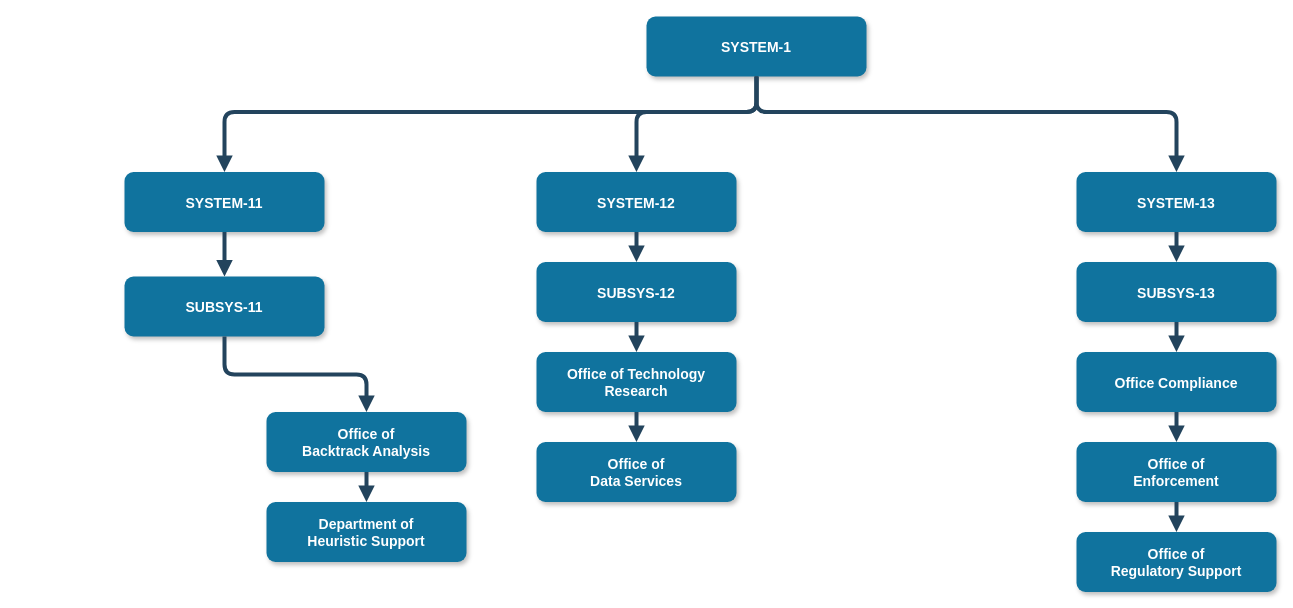
Earlier version of the draw.io diagram Untitled Diagram.drawio (alaindelanay/drawings). Source tidied: cells renumbered, new cells numbered last; positions are measured from the earlier drawing's top-left corner, leaving out a move shared by most shapes. Both pictures are drawn from the tidied source at 100%, with x=0, y=0 at pixel (124, 16).
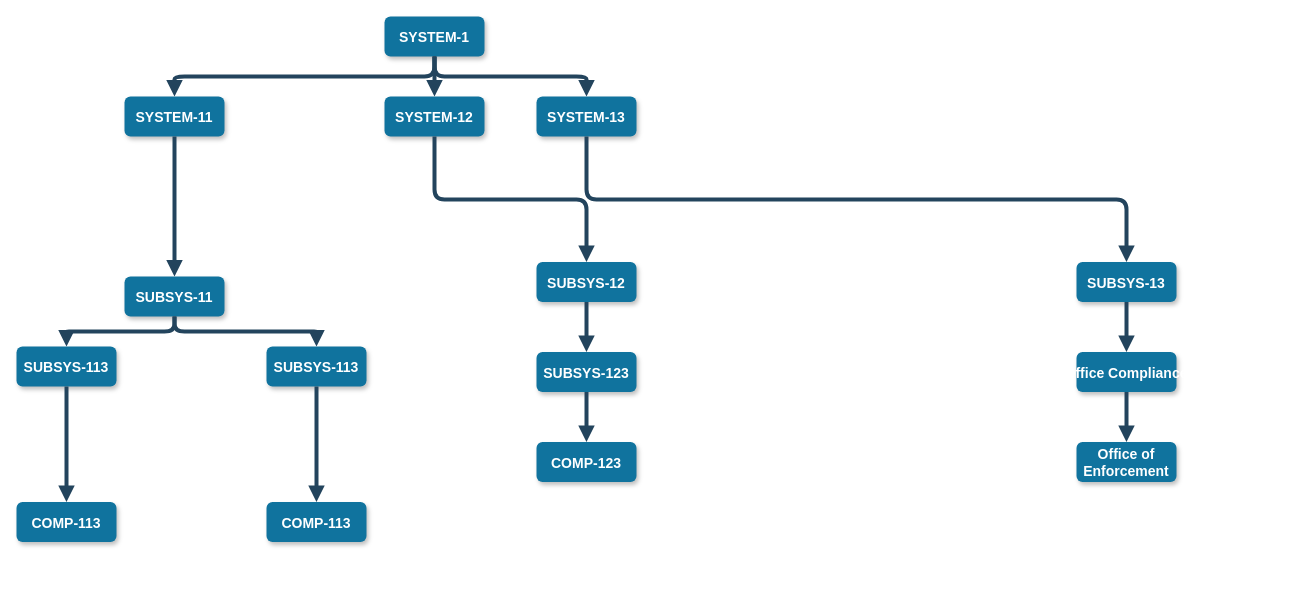
After the change.

What changed in the source:
```diff
@@
     <mxCell id="2" value="SYSTEM-1" style="rounded=1;fillColor=#10739E;strokeColor=none;shadow=1;gradientColor=none;fontStyle=1;fontColor=#FFFFFF;fontSize=14;" parent="1" vertex="1">
-      <mxGeometry x="522" width="220" height="60" as="geometry" />
+      <mxGeometry x="260" width="100" height="40" as="geometry" />
     </mxCell>
     <mxCell id="3" value="SYSTEM-11" style="rounded=1;fillColor=#10739E;strokeColor=none;shadow=1;gradientColor=none;fontStyle=1;fontColor=#FFFFFF;fontSize=14;" parent="1" vertex="1">
-      <mxGeometry y="155.5" width="200" height="60" as="geometry" />
+      <mxGeometry y="80" width="100" height="40" as="geometry" />
     </mxCell>
     <mxCell id="4" value="SUBSYS-11" style="rounded=1;fillColor=#10739E;strokeColor=none;shadow=1;gradientColor=none;fontStyle=1;fontColor=#FFFFFF;fontSize=14;" parent="1" vertex="1">
-      <mxGeometry y="260" width="200" height="60" as="geometry" />
+      <mxGeometry y="260" width="100" height="40" as="geometry" />
     </mxCell>
-    <mxCell id="5" value="Office of &#10;Backtrack Analysis" style="rounded=1;fillColor=#10739E;strokeColor=none;shadow=1;gradientColor=none;fontStyle=1;fontColor=#FFFFFF;fontSize=14;" parent="1" vertex="1">
-      <mxGeometry x="142" y="395.5" width="200" height="60" as="geometry" />
+    <mxCell id="5" value="SUBSYS-113" style="rounded=1;fillColor=#10739E;strokeColor=none;shadow=1;gradientColor=none;fontStyle=1;fontColor=#FFFFFF;fontSize=14;" parent="1" vertex="1">
+      <mxGeometry x="142" y="330" width="100" height="40" as="geometry" />
     </mxCell>
-    <mxCell id="6" value="Department of &#10;Heuristic Support" style="rounded=1;fillColor=#10739E;strokeColor=none;shadow=1;gradientColor=none;fontStyle=1;fontColor=#FFFFFF;fontSize=14;" parent="1" vertex="1">
-      <mxGeometry x="142" y="485.5" width="200" height="60" as="geometry" />
+    <mxCell id="6" value="COMP-113" style="rounded=1;fillColor=#10739E;strokeColor=none;shadow=1;gradientColor=none;fontStyle=1;fontColor=#FFFFFF;fontSize=14;" parent="1" vertex="1">
+      <mxGeometry x="142" y="485.5" width="100" height="40" as="geometry" />
     </mxCell>
     <mxCell id="7" value="SYSTEM-12" style="rounded=1;fillColor=#10739E;strokeColor=none;shadow=1;gradientColor=none;fontStyle=1;fontColor=#FFFFFF;fontSize=14;" parent="1" vertex="1">
-      <mxGeometry x="412" y="155.5" width="200" height="60" as="geometry" />
+      <mxGeometry x="260" y="80" width="100" height="40" as="geometry" />
     </mxCell>
     <mxCell id="8" value="SUBSYS-12" style="rounded=1;fillColor=#10739E;strokeColor=none;shadow=1;gradientColor=none;fontStyle=1;fontColor=#FFFFFF;fontSize=14;" parent="1" vertex="1">
-      <mxGeometry x="412" y="245.5" width="200" height="60" as="geometry" />
+      <mxGeometry x="412" y="245.5" width="100" height="40" as="geometry" />
     </mxCell>
-    <mxCell id="9" value="Office of Technology &#10;Research" style="rounded=1;fillColor=#10739E;strokeColor=none;shadow=1;gradientColor=none;fontStyle=1;fontColor=#FFFFFF;fontSize=14;" parent="1" vertex="1">
-      <mxGeometry x="412" y="335.5" width="200" height="60" as="geometry" />
+    <mxCell id="9" value="SUBSYS-123" style="rounded=1;fillColor=#10739E;strokeColor=none;shadow=1;gradientColor=none;fontStyle=1;fontColor=#FFFFFF;fontSize=14;" parent="1" vertex="1">
+      <mxGeometry x="412" y="335.5" width="100" height="40" as="geometry" />
     </mxCell>
-    <mxCell id="10" value="Office of&#10;Data Services" style="rounded=1;fillColor=#10739E;strokeColor=none;shadow=1;gradientColor=none;fontStyle=1;fontColor=#FFFFFF;fontSize=14;" parent="1" vertex="1">
-      <mxGeometry x="412" y="425.5" width="200" height="60" as="geometry" />
+    <mxCell id="10" value="COMP-123" style="rounded=1;fillColor=#10739E;strokeColor=none;shadow=1;gradientColor=none;fontStyle=1;fontColor=#FFFFFF;fontSize=14;" parent="1" vertex="1">
+      <mxGeometry x="412" y="425.5" width="100" height="40" as="geometry" />
     </mxCell>
     <mxCell id="11" value="SYSTEM-13" style="rounded=1;fillColor=#10739E;strokeColor=none;shadow=1;gradientColor=none;fontStyle=1;fontColor=#FFFFFF;fontSize=14;" parent="1" vertex="1">
-      <mxGeometry x="952" y="155.5" width="200" height="60" as="geometry" />
+      <mxGeometry x="412" y="80" width="100" height="40" as="geometry" />
     </mxCell>
     <mxCell id="12" value="SUBSYS-13" style="rounded=1;fillColor=#10739E;strokeColor=none;shadow=1;gradientColor=none;fontStyle=1;fontColor=#FFFFFF;fontSize=14;" parent="1" vertex="1">
-      <mxGeometry x="952" y="245.5" width="200" height="60" as="geometry" />
+      <mxGeometry x="952" y="245.5" width="100" height="40" as="geometry" />
     </mxCell>
     <mxCell id="13" value="Office Compliance" style="rounded=1;fillColor=#10739E;strokeColor=none;shadow=1;gradientColor=none;fontStyle=1;fontColor=#FFFFFF;fontSize=14;" parent="1" vertex="1">
-      <mxGeometry x="952" y="335.5" width="200" height="60" as="geometry" />
+      <mxGeometry x="952" y="335.5" width="100" height="40" as="geometry" />
     </mxCell>
     <mxCell id="14" value="Office of &#10;Enforcement" style="rounded=1;fillColor=#10739E;strokeColor=none;shadow=1;gradientColor=none;fontStyle=1;fontColor=#FFFFFF;fontSize=14;" parent="1" vertex="1">
-      <mxGeometry x="952" y="425.5" width="200" height="60" as="geometry" />
+      <mxGeometry x="952" y="425.5" width="100" height="40" as="geometry" />
     </mxCell>
-    <mxCell id="15" value="Office of&#10; Regulatory Support" style="rounded=1;fillColor=#10739E;strokeColor=none;shadow=1;gradientColor=none;fontStyle=1;fontColor=#FFFFFF;fontSize=14;" parent="1" vertex="1">
-      <mxGeometry x="952" y="515.5" width="200" height="60" as="geometry" />
-    </mxCell>
-    <mxCell id="16" style="edgeStyle=elbowEdgeStyle;elbow=vertical;strokeWidth=4;endArrow=block;endFill=1;fontStyle=1;strokeColor=#23445D;" parent="1" edge="1" source="2" target="3">
+    <mxCell id="16" style="edgeStyle=elbowEdgeStyle;elbow=vertical;strokeWidth=4;endArrow=block;endFill=1;fontStyle=1;strokeColor=#23445D;exitX=0.5;exitY=1;exitDx=0;exitDy=0;" parent="1" edge="1" source="2" target="3">
       <mxGeometry x="22" y="165.5" as="geometry">
         <Array as="points">
+          <mxPoint x="140" y="60" />
+          <mxPoint x="110" y="100" />
           <mxPoint x="412" y="95.5" />
         </Array>
       </mxGeometry>
     </mxCell>
-    <mxCell id="17" style="edgeStyle=elbowEdgeStyle;elbow=vertical;strokeWidth=4;endArrow=block;endFill=1;fontStyle=1;strokeColor=#23445D;" parent="1" edge="1" source="2" target="11">
+    <mxCell id="17" style="edgeStyle=elbowEdgeStyle;elbow=vertical;strokeWidth=4;endArrow=block;endFill=1;fontStyle=1;strokeColor=#23445D;exitX=0.5;exitY=1;exitDx=0;exitDy=0;entryX=0.5;entryY=0;entryDx=0;entryDy=0;" parent="1" edge="1" source="2" target="11">
       <mxGeometry x="22" y="165.5" as="geometry">
         <Array as="points">
-          <mxPoint x="832" y="95.5" />
+          <mxPoint x="300" y="60" />
         </Array>
       </mxGeometry>
     </mxCell>
@@
-    <mxCell id="27" style="edgeStyle=elbowEdgeStyle;elbow=vertical;strokeWidth=4;endArrow=block;endFill=1;fontStyle=1;strokeColor=#23445D;" parent="1" edge="1" source="14" target="15">
-      <mxGeometry x="72" y="195.5" as="geometry" />
-    </mxCell>
-    <mxCell id="28" style="edgeStyle=elbowEdgeStyle;elbow=vertical;strokeWidth=4;endArrow=block;endFill=1;fontStyle=1;strokeColor=#23445D;" parent="1" edge="1" source="2" target="7">
-      <mxGeometry x="22" y="165.5" as="geometry">
+    <mxCell id="28" style="edgeStyle=elbowEdgeStyle;elbow=vertical;strokeWidth=4;endArrow=block;endFill=1;fontStyle=1;strokeColor=#23445D;exitX=0.5;exitY=1;exitDx=0;exitDy=0;entryX=0.5;entryY=0;entryDx=0;entryDy=0;" parent="1" edge="1" source="2" target="7">
+      <mxGeometry x="112" y="165.5" as="geometry">
         <Array as="points">
-          <mxPoint x="512" y="95.5" />
+          <mxPoint x="310" y="60" />
         </Array>
       </mxGeometry>
     </mxCell>
+    <mxCell id="29" value="SUBSYS-113" style="rounded=1;fillColor=#10739E;strokeColor=none;shadow=1;gradientColor=none;fontStyle=1;fontColor=#FFFFFF;fontSize=14;" parent="1" vertex="1">
+      <mxGeometry x="-108" y="330" width="100" height="40" as="geometry" />
+    </mxCell>
+    <mxCell id="30" value="COMP-113" style="rounded=1;fillColor=#10739E;strokeColor=none;shadow=1;gradientColor=none;fontStyle=1;fontColor=#FFFFFF;fontSize=14;" parent="1" vertex="1">
+      <mxGeometry x="-108" y="485.5" width="100" height="40" as="geometry" />
+    </mxCell>
+    <mxCell id="31" style="edgeStyle=elbowEdgeStyle;elbow=vertical;strokeWidth=4;endArrow=block;endFill=1;fontStyle=1;strokeColor=#23445D;exitX=0.5;exitY=1;exitDx=0;exitDy=0;" parent="1" edge="1" source="4" target="29">
+      <mxGeometry x="-188" y="175.5" as="geometry" />
+    </mxCell>
+    <mxCell id="32" style="edgeStyle=elbowEdgeStyle;elbow=vertical;strokeWidth=4;endArrow=block;endFill=1;fontStyle=1;strokeColor=#23445D;" parent="1" edge="1" source="29" target="30">
+      <mxGeometry x="-188" y="245.5" as="geometry" />
+    </mxCell>
```
